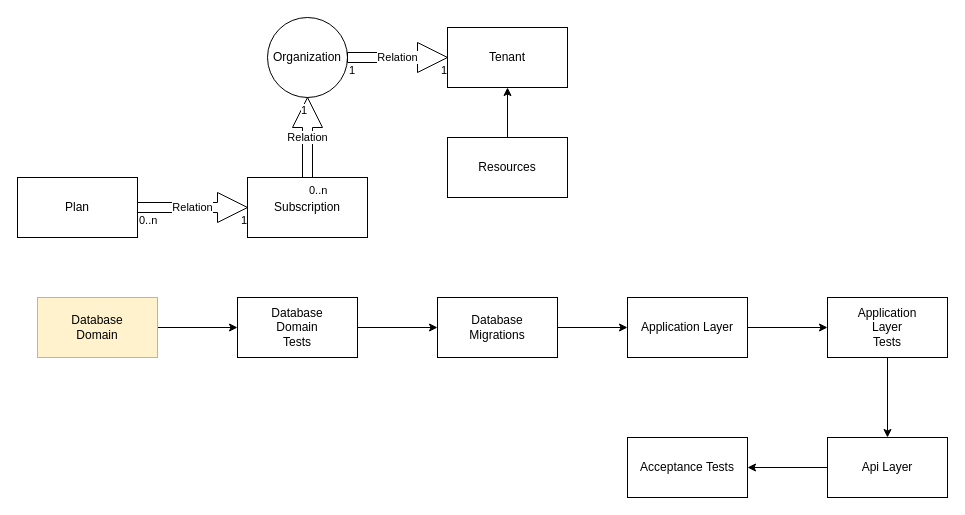
Earlier version of the draw.io diagram design/TenantCatalog-Database Design.drawio (etammam/multi-tenant-advance). Source tidied: cells renumbered, new cells numbered last; positions are measured from the earlier drawing's top-left corner, leaving out a move shared by most shapes. Both pictures are drawn from the tidied source at 100%, with x=0, y=0 at pixel (17, 17).
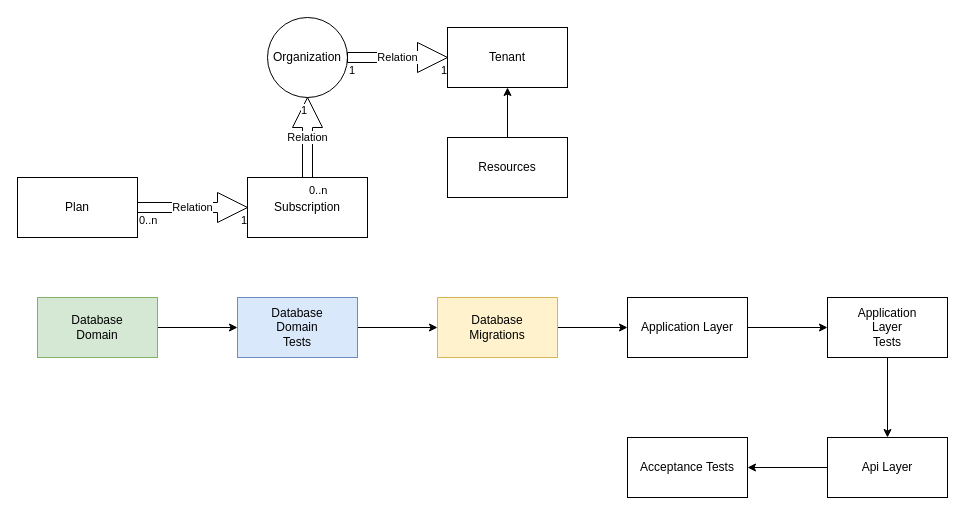
Above is the later version.

Diff of the diagram source:
```diff
@@
-    <mxCell id="20" value="Database&lt;br&gt;Domain" style="rounded=0;whiteSpace=wrap;html=1;fillColor=#fff2cc;strokeColor=#d6b656;" parent="1" vertex="1">
+    <mxCell id="20" value="Database&lt;br&gt;Domain" style="rounded=0;whiteSpace=wrap;html=1;fillColor=#d5e8d4;strokeColor=#82b366;" parent="1" vertex="1">
       <mxGeometry x="20" y="280" width="120" height="60" as="geometry" />
     </mxCell>
@@
-    <mxCell id="22" value="Database&lt;br&gt;Domain&lt;br&gt;Tests" style="rounded=0;whiteSpace=wrap;html=1;" parent="1" vertex="1">
+    <mxCell id="22" value="Database&lt;br&gt;Domain&lt;br&gt;Tests" style="rounded=0;whiteSpace=wrap;html=1;fillColor=#dae8fc;strokeColor=#6c8ebf;" parent="1" vertex="1">
       <mxGeometry x="220" y="280" width="120" height="60" as="geometry" />
     </mxCell>
@@
-    <mxCell id="24" value="Database&lt;br&gt;Migrations" style="rounded=0;whiteSpace=wrap;html=1;" parent="1" vertex="1">
+    <mxCell id="24" value="Database&lt;br&gt;Migrations" style="rounded=0;whiteSpace=wrap;html=1;fillColor=#fff2cc;strokeColor=#d6b656;" parent="1" vertex="1">
       <mxGeometry x="420" y="280" width="120" height="60" as="geometry" />
     </mxCell>
```
